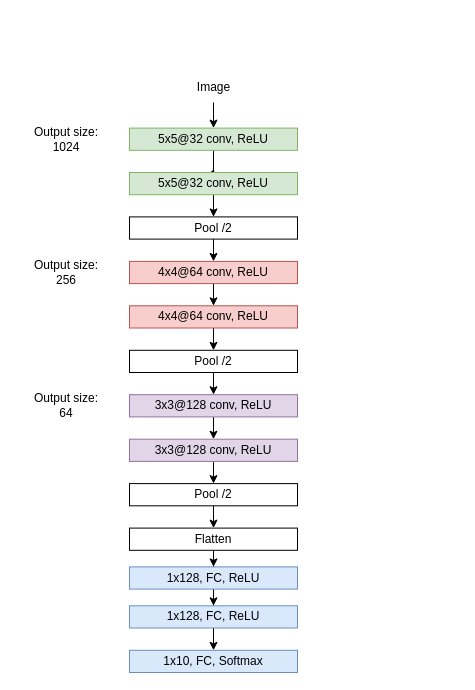
Above: page "Page-1" (1 of 2) of cnn_task1.drawio in mxwlc/dl_cw (draw.io), before the change. Source tidied: cells renumbered, new cells numbered last; positions are measured from the earlier drawing's top-left corner, leaving out a move shared by most shapes. Both pictures are drawn from the tidied source at 100%, with x=0, y=0 at pixel (17, 72).
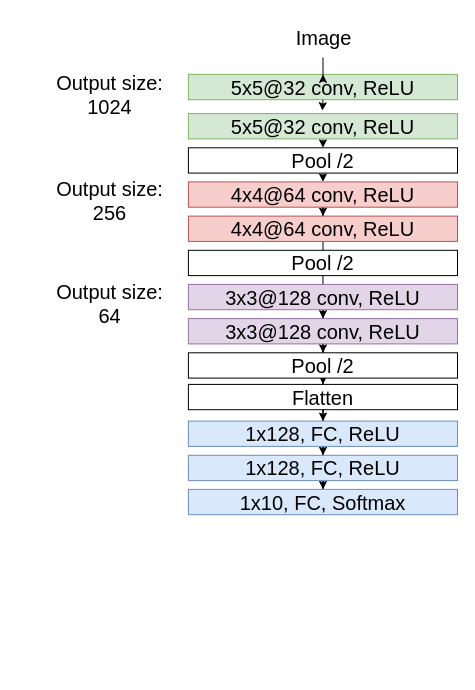
The same diagram, later.

Change to the diagram source:
```diff
@@
-    <mxCell id="2" style="edgeStyle=orthogonalEdgeStyle;rounded=0;jettySize=auto;html=1;entryX=0.503;entryY=-0.155;entryDx=0;entryDy=0;entryPerimeter=0;" parent="1" edge="1" source="3" target="5">
-      <mxGeometry relative="1" as="geometry" />
-    </mxCell>
-    <mxCell id="3" value="&lt;div&gt;5x5@32 conv, ReLU&lt;/div&gt;" style="rounded=0;whiteSpace=wrap;html=1;fillColor=#d5e8d4;strokeColor=#82b366;" parent="1" vertex="1">
-      <mxGeometry x="112" y="55.6" width="168" height="22.2" as="geometry" />
+    <mxCell id="3" value="&lt;div&gt;5x5@32 conv, ReLU&lt;/div&gt;" style="rounded=0;whiteSpace=wrap;html=1;fillColor=#d5e8d4;strokeColor=#82b366;fontSize=20;" parent="1" vertex="1">
+      <mxGeometry x="170.9" y="1.9" width="269.1" height="25.3" as="geometry" />
     </mxCell>
-    <mxCell id="4" style="edgeStyle=orthogonalEdgeStyle;rounded=0;jettySize=auto;html=1;exitX=0.5;exitY=1;exitDx=0;exitDy=0;entryX=0.5;entryY=0;entryDx=0;entryDy=0;" parent="1" edge="1" source="5" target="16">
+    <mxCell id="4" style="edgeStyle=orthogonalEdgeStyle;rounded=0;jettySize=auto;html=1;exitX=0.5;exitY=1;exitDx=0;exitDy=0;entryX=0.5;entryY=0;entryDx=0;entryDy=0;fontSize=20;" parent="1" edge="1" source="5" target="16">
       <mxGeometry relative="1" as="geometry" />
     </mxCell>
-    <mxCell id="5" value="5x5@32 conv, ReLU" style="rounded=0;whiteSpace=wrap;html=1;fillColor=#d5e8d4;strokeColor=#82b366;" parent="1" vertex="1">
-      <mxGeometry x="112" y="100" width="168" height="22.2" as="geometry" />
+    <mxCell id="5" value="5x5@32 conv, ReLU" style="rounded=0;whiteSpace=wrap;html=1;fillColor=#d5e8d4;strokeColor=#82b366;fontSize=20;" parent="1" vertex="1">
+      <mxGeometry x="170.9" y="41.1" width="269.1" height="25.3" as="geometry" />
     </mxCell>
-    <mxCell id="6" style="edgeStyle=orthogonalEdgeStyle;rounded=0;jettySize=auto;html=1;entryX=0.5;entryY=0;entryDx=0;entryDy=0;exitX=0.5;exitY=1;exitDx=0;exitDy=0;" parent="1" edge="1" source="16" target="8">
+    <mxCell id="6" style="edgeStyle=orthogonalEdgeStyle;rounded=0;jettySize=auto;html=1;entryX=0.5;entryY=0;entryDx=0;entryDy=0;exitX=0.5;exitY=1;exitDx=0;exitDy=0;fontSize=20;" parent="1" edge="1" source="16" target="8">
       <mxGeometry relative="1" as="geometry" />
     </mxCell>
-    <mxCell id="7" style="edgeStyle=orthogonalEdgeStyle;rounded=0;jettySize=auto;html=1;" parent="1" edge="1" source="8" target="10">
+    <mxCell id="7" style="edgeStyle=orthogonalEdgeStyle;rounded=0;jettySize=auto;html=1;fontSize=20;" parent="1" edge="1" source="8" target="10">
       <mxGeometry relative="1" as="geometry" />
     </mxCell>
-    <mxCell id="8" value="&lt;div&gt;4x4@64 conv, ReLU&lt;/div&gt;" style="rounded=0;whiteSpace=wrap;html=1;fillColor=#f8cecc;strokeColor=#b85450;" parent="1" vertex="1">
-      <mxGeometry x="112" y="188.9" width="168" height="22.2" as="geometry" />
+    <mxCell id="8" value="&lt;div&gt;4x4@64 conv, ReLU&lt;/div&gt;" style="rounded=0;whiteSpace=wrap;html=1;fillColor=#f8cecc;strokeColor=#b85450;fontSize=20;" parent="1" vertex="1">
+      <mxGeometry x="170.9" y="109.4" width="269.1" height="25.3" as="geometry" />
     </mxCell>
-    <mxCell id="9" style="edgeStyle=orthogonalEdgeStyle;rounded=0;jettySize=auto;html=1;entryX=0.5;entryY=0;entryDx=0;entryDy=0;" parent="1" edge="1" source="10" target="17">
+    <mxCell id="9" style="edgeStyle=orthogonalEdgeStyle;rounded=0;jettySize=auto;html=1;entryX=0.5;entryY=0;entryDx=0;entryDy=0;fontSize=20;" parent="1" edge="1" source="10" target="17">
       <mxGeometry relative="1" as="geometry" />
     </mxCell>
-    <mxCell id="10" value="4x4@64 conv, ReLU" style="rounded=0;whiteSpace=wrap;html=1;fillColor=#f8cecc;strokeColor=#b85450;" parent="1" vertex="1">
-      <mxGeometry x="112" y="233.3" width="168" height="22.2" as="geometry" />
+    <mxCell id="10" value="4x4@64 conv, ReLU" style="rounded=0;whiteSpace=wrap;html=1;fillColor=#f8cecc;strokeColor=#b85450;fontSize=20;" parent="1" vertex="1">
+      <mxGeometry x="170.9" y="143.6" width="269.1" height="25.3" as="geometry" />
     </mxCell>
-    <mxCell id="11" style="edgeStyle=orthogonalEdgeStyle;rounded=0;jettySize=auto;html=1;exitX=0.5;exitY=1;exitDx=0;exitDy=0;" parent="1" edge="1" source="17" target="13">
+    <mxCell id="11" style="edgeStyle=orthogonalEdgeStyle;rounded=0;jettySize=auto;html=1;exitX=0.5;exitY=1;exitDx=0;exitDy=0;fontSize=20;" parent="1" edge="1" source="17" target="13">
       <mxGeometry relative="1" as="geometry" />
     </mxCell>
-    <mxCell id="12" style="edgeStyle=orthogonalEdgeStyle;rounded=0;jettySize=auto;html=1;" parent="1" edge="1" source="13" target="15">
+    <mxCell id="12" style="edgeStyle=orthogonalEdgeStyle;rounded=0;jettySize=auto;html=1;fontSize=20;" parent="1" edge="1" source="13" target="15">
       <mxGeometry relative="1" as="geometry" />
     </mxCell>
-    <mxCell id="13" value="&lt;div&gt;3x3@128 conv, ReLU&lt;/div&gt;" style="rounded=0;whiteSpace=wrap;html=1;fillColor=#e1d5e7;strokeColor=#9673a6;" parent="1" vertex="1">
-      <mxGeometry x="112" y="322.2" width="168" height="22.2" as="geometry" />
+    <mxCell id="13" value="&lt;div&gt;3x3@128 conv, ReLU&lt;/div&gt;" style="rounded=0;whiteSpace=wrap;html=1;fillColor=#e1d5e7;strokeColor=#9673a6;fontSize=20;" parent="1" vertex="1">
+      <mxGeometry x="170.9" y="211.9" width="269.1" height="25.3" as="geometry" />
     </mxCell>
-    <mxCell id="14" style="edgeStyle=orthogonalEdgeStyle;rounded=0;jettySize=auto;html=1;" parent="1" edge="1" source="15" target="19">
+    <mxCell id="14" style="edgeStyle=orthogonalEdgeStyle;rounded=0;jettySize=auto;html=1;fontSize=20;" parent="1" edge="1" source="15" target="19">
       <mxGeometry relative="1" as="geometry" />
     </mxCell>
-    <mxCell id="15" value="3x3@128 conv, ReLU" style="rounded=0;whiteSpace=wrap;html=1;fillColor=#e1d5e7;strokeColor=#9673a6;" parent="1" vertex="1">
-      <mxGeometry x="112" y="366.7" width="168" height="22.2" as="geometry" />
+    <mxCell id="15" value="3x3@128 conv, ReLU" style="rounded=0;whiteSpace=wrap;html=1;fillColor=#e1d5e7;strokeColor=#9673a6;fontSize=20;" parent="1" vertex="1">
+      <mxGeometry x="170.9" y="246.1" width="269.1" height="25.3" as="geometry" />
     </mxCell>
-    <mxCell id="16" value="Pool /2" style="rounded=0;whiteSpace=wrap;html=1;" parent="1" vertex="1">
-      <mxGeometry x="112" y="144.4" width="168" height="22.2" as="geometry" />
+    <mxCell id="16" value="Pool /2" style="rounded=0;whiteSpace=wrap;html=1;fontSize=20;" parent="1" vertex="1">
+      <mxGeometry x="170.9" y="75.3" width="269.1" height="25.3" as="geometry" />
     </mxCell>
-    <mxCell id="17" value="&lt;div&gt;Pool /2&lt;/div&gt;" style="rounded=0;whiteSpace=wrap;html=1;" parent="1" vertex="1">
-      <mxGeometry x="112" y="277.8" width="168" height="22.2" as="geometry" />
+    <mxCell id="17" value="&lt;div&gt;Pool /2&lt;/div&gt;" style="rounded=0;whiteSpace=wrap;html=1;fontSize=20;" parent="1" vertex="1">
+      <mxGeometry x="170.9" y="177.8" width="269.1" height="25.3" as="geometry" />
     </mxCell>
-    <mxCell id="18" style="edgeStyle=orthogonalEdgeStyle;rounded=0;jettySize=auto;html=1;" parent="1" edge="1" source="19" target="21">
+    <mxCell id="18" style="edgeStyle=orthogonalEdgeStyle;rounded=0;jettySize=auto;html=1;fontSize=20;" parent="1" edge="1" source="19" target="21">
       <mxGeometry relative="1" as="geometry" />
     </mxCell>
-    <mxCell id="19" value="&lt;div&gt;Pool /2&lt;/div&gt;" style="rounded=0;whiteSpace=wrap;html=1;" parent="1" vertex="1">
-      <mxGeometry x="112" y="411.1" width="168" height="22.2" as="geometry" />
+    <mxCell id="19" value="&lt;div&gt;Pool /2&lt;/div&gt;" style="rounded=0;whiteSpace=wrap;html=1;fontSize=20;" parent="1" vertex="1">
+      <mxGeometry x="170.9" y="280.3" width="269.1" height="25.3" as="geometry" />
     </mxCell>
-    <mxCell id="20" style="edgeStyle=orthogonalEdgeStyle;rounded=0;jettySize=auto;html=1;" parent="1" edge="1" source="21" target="23">
+    <mxCell id="20" style="edgeStyle=orthogonalEdgeStyle;rounded=0;jettySize=auto;html=1;fontSize=20;" parent="1" edge="1" source="21" target="23">
       <mxGeometry relative="1" as="geometry" />
     </mxCell>
-    <mxCell id="21" value="&lt;div&gt;Flatten&lt;/div&gt;" style="rounded=0;whiteSpace=wrap;html=1;" parent="1" vertex="1">
-      <mxGeometry x="112" y="455.6" width="168" height="22.2" as="geometry" />
+    <mxCell id="21" value="&lt;div&gt;Flatten&lt;/div&gt;" style="rounded=0;whiteSpace=wrap;html=1;fontSize=20;" parent="1" vertex="1">
+      <mxGeometry x="170.9" y="311.9" width="269.1" height="25.3" as="geometry" />
     </mxCell>
-    <mxCell id="22" style="edgeStyle=orthogonalEdgeStyle;rounded=0;jettySize=auto;html=1;" parent="1" edge="1" source="23" target="25">
+    <mxCell id="22" style="edgeStyle=orthogonalEdgeStyle;rounded=0;jettySize=auto;html=1;fontSize=20;" parent="1" edge="1" source="23" target="25">
       <mxGeometry relative="1" as="geometry" />
     </mxCell>
-    <mxCell id="23" value="1x128, FC, ReLU" style="rounded=0;whiteSpace=wrap;html=1;fillColor=#dae8fc;strokeColor=#6c8ebf;" parent="1" vertex="1">
-      <mxGeometry x="112" y="494.4" width="168" height="22.2" as="geometry" />
+    <mxCell id="23" value="1x128, FC, ReLU" style="rounded=0;whiteSpace=wrap;html=1;fillColor=#dae8fc;strokeColor=#6c8ebf;fontSize=20;" parent="1" vertex="1">
+      <mxGeometry x="170.9" y="348.6" width="269.1" height="25.3" as="geometry" />
     </mxCell>
-    <mxCell id="24" style="edgeStyle=orthogonalEdgeStyle;rounded=0;jettySize=auto;html=1;" parent="1" edge="1" source="25" target="26">
+    <mxCell id="24" style="edgeStyle=orthogonalEdgeStyle;rounded=0;jettySize=auto;html=1;fontSize=20;" parent="1" edge="1" source="25" target="26">
       <mxGeometry relative="1" as="geometry" />
     </mxCell>
-    <mxCell id="25" value="1x128, FC, ReLU" style="rounded=0;whiteSpace=wrap;html=1;fillColor=#dae8fc;strokeColor=#6c8ebf;" parent="1" vertex="1">
-      <mxGeometry x="112" y="533.3" width="168" height="22.2" as="geometry" />
+    <mxCell id="25" value="1x128, FC, ReLU" style="rounded=0;whiteSpace=wrap;html=1;fillColor=#dae8fc;strokeColor=#6c8ebf;fontSize=20;" parent="1" vertex="1">
+      <mxGeometry x="170.9" y="382.8" width="269.1" height="25.3" as="geometry" />
     </mxCell>
-    <mxCell id="26" value="1x10, FC, Softmax" style="rounded=0;whiteSpace=wrap;html=1;fillColor=#dae8fc;strokeColor=#6c8ebf;" parent="1" vertex="1">
-      <mxGeometry x="112" y="577.8" width="168" height="22.2" as="geometry" />
+    <mxCell id="26" value="1x10, FC, Softmax" style="rounded=0;whiteSpace=wrap;html=1;fillColor=#dae8fc;strokeColor=#6c8ebf;fontSize=20;" parent="1" vertex="1">
+      <mxGeometry x="170.9" y="416.9" width="269.1" height="25.3" as="geometry" />
     </mxCell>
-    <mxCell id="27" value="&lt;div&gt;Output size:&lt;/div&gt;&lt;div&gt;1024&lt;/div&gt;" style="text;html=1;align=center;verticalAlign=middle;whiteSpace=wrap;rounded=0;" parent="1" vertex="1">
-      <mxGeometry y="50" width="98" height="33.3" as="geometry" />
+    <mxCell id="27" value="&lt;div&gt;Output size:&lt;/div&gt;&lt;div&gt;1024&lt;/div&gt;" style="text;html=1;align=center;verticalAlign=middle;whiteSpace=wrap;rounded=0;fontSize=20;" parent="1" vertex="1">
+      <mxGeometry x="14" y="3.1" width="156.9" height="38" as="geometry" />
     </mxCell>
-    <mxCell id="28" style="edgeStyle=orthogonalEdgeStyle;rounded=0;jettySize=auto;html=1;" parent="1" edge="1" source="29" target="3">
+    <mxCell id="28" style="edgeStyle=orthogonalEdgeStyle;rounded=0;jettySize=auto;html=1;fontSize=20;" parent="1" edge="1" source="29" target="3">
       <mxGeometry relative="1" as="geometry" />
     </mxCell>
-    <mxCell id="29" value="&lt;div&gt;Image&lt;/div&gt;" style="text;html=1;align=center;verticalAlign=middle;points=[];strokeColor=none;fillColor=none;" parent="1" vertex="1">
-      <mxGeometry x="166" width="60" height="30" as="geometry" />
+    <mxCell id="29" value="&lt;div&gt;Image&lt;/div&gt;" style="text;html=1;align=center;verticalAlign=middle;points=[];strokeColor=none;fillColor=none;fontSize=20;" parent="1" vertex="1">
+      <mxGeometry x="265.5" y="-55" width="80" height="40" as="geometry" />
     </mxCell>
-    <mxCell id="30" value="&lt;div&gt;Output size:&lt;/div&gt;&lt;div&gt;256&lt;/div&gt;" style="text;html=1;align=center;verticalAlign=middle;whiteSpace=wrap;rounded=0;" parent="1" vertex="1">
-      <mxGeometry y="183.3" width="98" height="33.3" as="geometry" />
+    <mxCell id="30" value="&lt;div&gt;Output size:&lt;/div&gt;&lt;div&gt;256&lt;/div&gt;" style="text;html=1;align=center;verticalAlign=middle;whiteSpace=wrap;rounded=0;fontSize=20;" parent="1" vertex="1">
+      <mxGeometry x="14" y="109.4" width="156.9" height="38" as="geometry" />
     </mxCell>
-    <mxCell id="31" value="&lt;div&gt;Output size:&lt;/div&gt;&lt;div&gt;64&lt;br&gt;&lt;/div&gt;" style="text;html=1;align=center;verticalAlign=middle;whiteSpace=wrap;rounded=0;" parent="1" vertex="1">
-      <mxGeometry y="316.7" width="98" height="33.3" as="geometry" />
+    <mxCell id="31" value="&lt;div&gt;Output size:&lt;/div&gt;&lt;div&gt;64&lt;br&gt;&lt;/div&gt;" style="text;html=1;align=center;verticalAlign=middle;whiteSpace=wrap;rounded=0;fontSize=20;" parent="1" vertex="1">
+      <mxGeometry x="14" y="211.9" width="156.9" height="38" as="geometry" />
     </mxCell>
+    <mxCell id="2" style="edgeStyle=orthogonalEdgeStyle;rounded=0;jettySize=auto;html=1;exitX=0.5;exitY=1;exitDx=0;exitDy=0;entryX=0.498;entryY=-0.115;entryDx=0;entryDy=0;entryPerimeter=0;fontSize=20;" parent="1" edge="1" source="3" target="5">
+      <mxGeometry relative="1" as="geometry" />
+    </mxCell>
```
